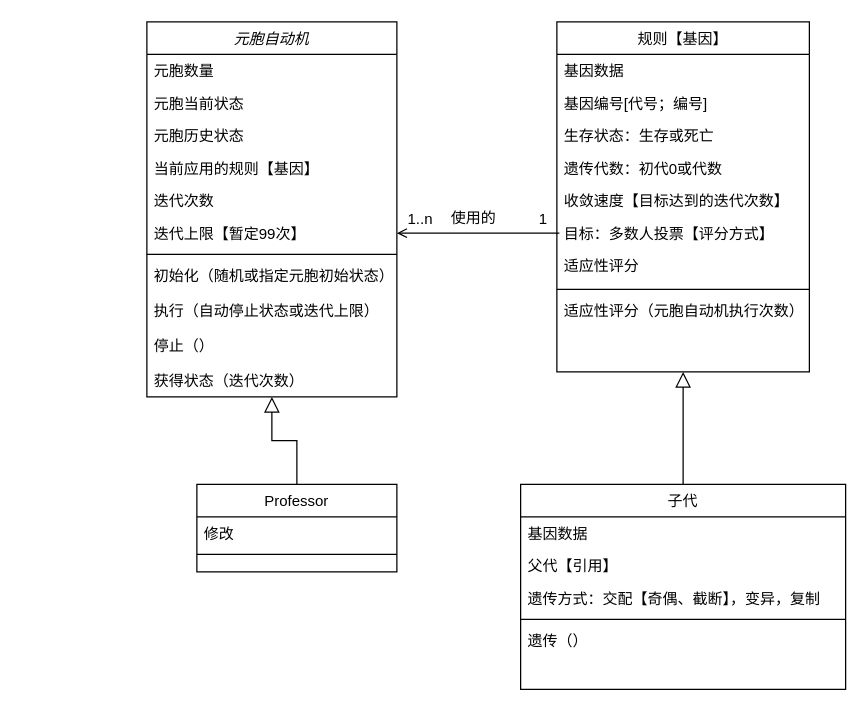
Above: 元胞自动机V0.5.drawio in ligumi/CellularAutomataProject (draw.io), before the change. Source tidied: cells renumbered, new cells numbered last; positions are measured from the earlier drawing's top-left corner, leaving out a move shared by most shapes. Both pictures are drawn from the tidied source at 125%, with x=0, y=0 at pixel (146, 21).
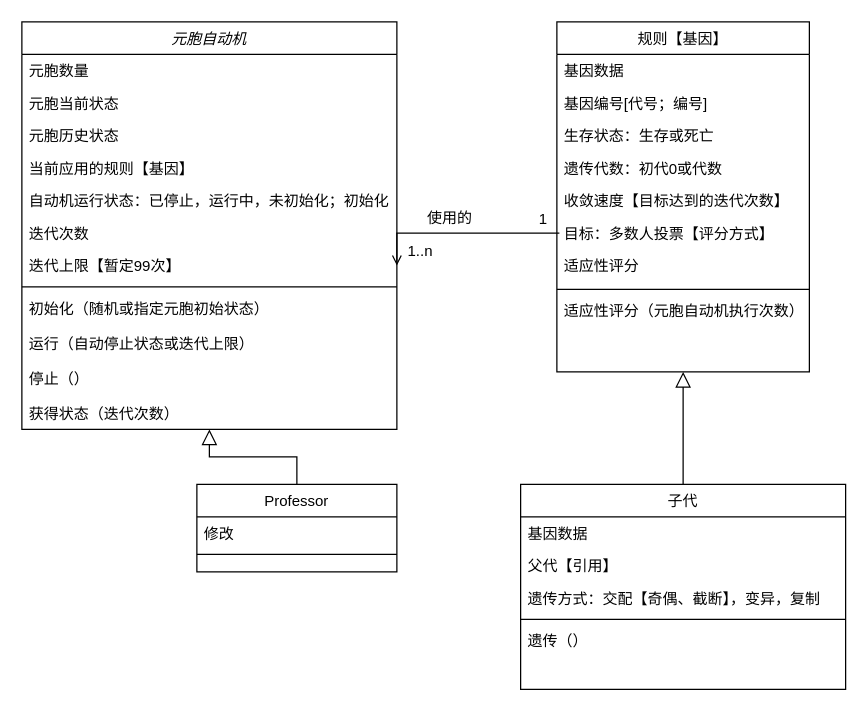
The same page after the edit.

Commit message:
Update 元胞自动机V0.5.drawio

What changed in the source:
```diff
@@
     <mxCell id="2" value="元胞自动机" style="swimlane;fontStyle=2;align=center;verticalAlign=top;horizontal=1;startSize=26;rounded=0;shadow=0;strokeWidth=1;" parent="1" vertex="1">
-      <mxGeometry width="200" height="300" as="geometry" />
+      <mxGeometry x="-100" width="300" height="326" as="geometry" />
     </mxCell>
     <mxCell id="3" value="元胞数量&#10;" style="text;align=left;verticalAlign=top;spacingLeft=4;spacingRight=4;overflow=hidden;" parent="2" vertex="1">
-      <mxGeometry y="26" width="200" height="26" as="geometry" />
+      <mxGeometry y="26" width="300" height="26" as="geometry" />
     </mxCell>
     <mxCell id="4" value="元胞当前状态" style="text;align=left;verticalAlign=top;spacingLeft=4;spacingRight=4;overflow=hidden;" parent="2" vertex="1">
-      <mxGeometry y="52" width="200" height="26" as="geometry" />
+      <mxGeometry y="52" width="300" height="26" as="geometry" />
     </mxCell>
     <mxCell id="5" value="元胞历史状态" style="text;align=left;verticalAlign=top;spacingLeft=4;spacingRight=4;overflow=hidden;" parent="2" vertex="1">
-      <mxGeometry y="78" width="200" height="26" as="geometry" />
+      <mxGeometry y="78" width="300" height="26" as="geometry" />
     </mxCell>
     <mxCell id="6" value="当前应用的规则【基因】" style="text;align=left;verticalAlign=top;spacingLeft=4;spacingRight=4;overflow=hidden;rounded=0;shadow=0;html=0;" parent="2" vertex="1">
-      <mxGeometry y="104" width="200" height="26" as="geometry" />
+      <mxGeometry y="104" width="300" height="26" as="geometry" />
     </mxCell>
+    <mxCell id="39" value="自动机运行状态：已停止，运行中，未初始化；初始化" style="text;align=left;verticalAlign=top;spacingLeft=4;spacingRight=4;overflow=hidden;rounded=0;shadow=0;html=0;" parent="2" vertex="1">
+      <mxGeometry y="130" width="300" height="26" as="geometry" />
+    </mxCell>
     <mxCell id="7" value="迭代次数" style="text;align=left;verticalAlign=top;spacingLeft=4;spacingRight=4;overflow=hidden;rounded=0;shadow=0;html=0;" parent="2" vertex="1">
-      <mxGeometry y="130" width="200" height="26" as="geometry" />
+      <mxGeometry y="156" width="300" height="26" as="geometry" />
     </mxCell>
     <mxCell id="8" value="迭代上限【暂定99次】" style="text;align=left;verticalAlign=top;spacingLeft=4;spacingRight=4;overflow=hidden;points=[[0,0.5],[1,0.5]];portConstraint=eastwest;rounded=0;shadow=0;html=0;" parent="2" vertex="1">
-      <mxGeometry y="156" width="200" height="26" as="geometry" />
+      <mxGeometry y="182" width="300" height="26" as="geometry" />
     </mxCell>
     <mxCell id="9" style="line;html=1;strokeWidth=1;align=left;verticalAlign=middle;spacingTop=-1;spacingLeft=3;spacingRight=3;labelPosition=right;" parent="2" vertex="1">
-      <mxGeometry y="182" width="200" height="8" as="geometry" />
+      <mxGeometry y="208" width="300" height="8" as="geometry" />
     </mxCell>
     <mxCell id="10" value="初始化（随机或指定元胞初始状态）" style="text;align=left;verticalAlign=top;spacingLeft=4;spacingRight=4;overflow=hidden;" parent="2" vertex="1">
-      <mxGeometry y="190" width="200" height="28" as="geometry" />
+      <mxGeometry y="216" width="300" height="28" as="geometry" />
     </mxCell>
-    <mxCell id="11" value="执行（自动停止状态或迭代上限）" style="text;align=left;verticalAlign=top;spacingLeft=4;spacingRight=4;overflow=hidden;" parent="2" vertex="1">
-      <mxGeometry y="218" width="200" height="28" as="geometry" />
+    <mxCell id="11" value="运行（自动停止状态或迭代上限）" style="text;align=left;verticalAlign=top;spacingLeft=4;spacingRight=4;overflow=hidden;" parent="2" vertex="1">
+      <mxGeometry y="244" width="300" height="28" as="geometry" />
     </mxCell>
     <mxCell id="12" value="停止（）" style="text;align=left;verticalAlign=top;spacingLeft=4;spacingRight=4;overflow=hidden;" parent="2" vertex="1">
-      <mxGeometry y="246" width="200" height="28" as="geometry" />
+      <mxGeometry y="272" width="300" height="28" as="geometry" />
     </mxCell>
     <mxCell id="13" value="获得状态（迭代次数）" style="text;align=left;verticalAlign=top;spacingLeft=4;spacingRight=4;overflow=hidden;rounded=0;shadow=0;html=0;" parent="2" vertex="1">
-      <mxGeometry y="274" width="200" height="26" as="geometry" />
+      <mxGeometry y="300" width="300" height="26" as="geometry" />
     </mxCell>
```
